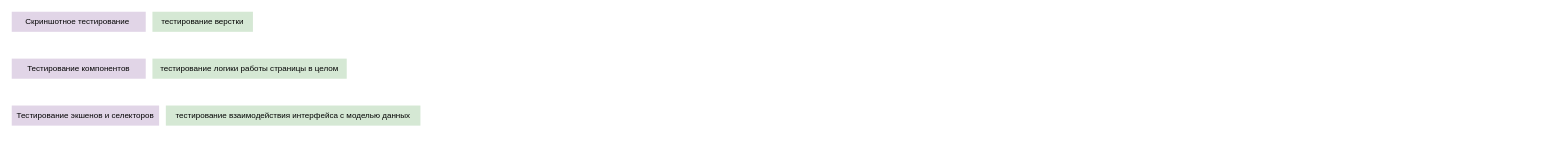
orlov-oleg-developer/asuter-UML keeps this draw.io diagram as FrontFlow.drawio. Above is the earlier version. Source tidied: cells renumbered, new cells numbered last; positions are measured from the earlier drawing's top-left corner, leaving out a move shared by most shapes. Both pictures are drawn from the tidied source at 67%, with x=0, y=0 at pixel (11, 11).
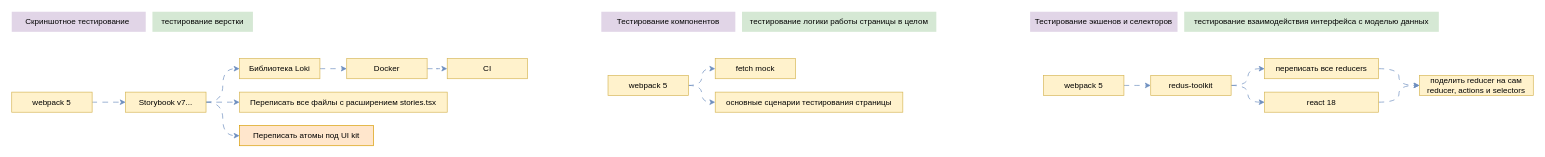
The same diagram, later.

The edit, as a diff of the source:
```diff
@@
     <mxCell id="3" value="тестирование логики работы страницы в целом" style="text;html=1;strokeColor=none;fillColor=#d5e8d4;align=center;verticalAlign=middle;whiteSpace=wrap;rounded=0;" parent="1" vertex="1">
-      <mxGeometry x="210" y="70" width="290" height="30" as="geometry" />
+      <mxGeometry x="1090" width="290" height="30" as="geometry" />
     </mxCell>
     <mxCell id="4" value="тестирование взаимодействия интерфейса с моделью данных" style="text;html=1;strokeColor=none;fillColor=#d5e8d4;align=center;verticalAlign=middle;whiteSpace=wrap;rounded=0;" parent="1" vertex="1">
-      <mxGeometry x="230" y="140" width="380" height="30" as="geometry" />
+      <mxGeometry x="1750" width="380" height="30" as="geometry" />
     </mxCell>
@@
     <mxCell id="6" value="Тестирование компонентов" style="text;html=1;strokeColor=none;fillColor=#e1d5e7;align=center;verticalAlign=middle;whiteSpace=wrap;rounded=0;" parent="1" vertex="1">
-      <mxGeometry y="70" width="200" height="30" as="geometry" />
+      <mxGeometry x="880" width="200" height="30" as="geometry" />
     </mxCell>
     <mxCell id="7" value="Тестирование экшенов и селекторов" style="text;html=1;strokeColor=none;fillColor=#e1d5e7;align=center;verticalAlign=middle;whiteSpace=wrap;rounded=0;" parent="1" vertex="1">
-      <mxGeometry y="140" width="220" height="30" as="geometry" />
+      <mxGeometry x="1520" width="220" height="30" as="geometry" />
     </mxCell>
+    <mxCell id="8" style="edgeStyle=orthogonalEdgeStyle;shape=connector;curved=1;rounded=0;jettySize=auto;html=1;entryX=0;entryY=0.5;entryDx=0;entryDy=0;dashed=1;dashPattern=8 8;labelBackgroundColor=default;strokeColor=#6c8ebf;align=center;verticalAlign=middle;fontFamily=Helvetica;fontSize=11;fontColor=default;endArrow=classic;fillColor=#dae8fc;" parent="1" edge="1" source="9" target="17">
+      <mxGeometry relative="1" as="geometry" />
+    </mxCell>
+    <mxCell id="9" value="Библиотека Loki" style="text;html=1;strokeColor=#d6b656;fillColor=#fff2cc;align=center;verticalAlign=middle;whiteSpace=wrap;rounded=0;" parent="1" vertex="1">
+      <mxGeometry x="340" y="70" width="120" height="30" as="geometry" />
+    </mxCell>
+    <mxCell id="10" style="edgeStyle=orthogonalEdgeStyle;rounded=0;jettySize=auto;html=1;entryX=0;entryY=0.5;entryDx=0;entryDy=0;curved=1;dashed=1;dashPattern=8 8;fillColor=#dae8fc;strokeColor=#6c8ebf;" parent="1" edge="1" source="13" target="9">
+      <mxGeometry relative="1" as="geometry" />
+    </mxCell>
+    <mxCell id="11" style="edgeStyle=orthogonalEdgeStyle;shape=connector;curved=1;rounded=0;jettySize=auto;html=1;entryX=0;entryY=0.5;entryDx=0;entryDy=0;dashed=1;dashPattern=8 8;labelBackgroundColor=default;strokeColor=#6c8ebf;align=center;verticalAlign=middle;fontFamily=Helvetica;fontSize=11;fontColor=default;endArrow=classic;fillColor=#dae8fc;" parent="1" edge="1" source="13" target="19">
+      <mxGeometry relative="1" as="geometry" />
+    </mxCell>
+    <mxCell id="12" style="edgeStyle=orthogonalEdgeStyle;shape=connector;curved=1;rounded=0;jettySize=auto;html=1;entryX=0;entryY=0.5;entryDx=0;entryDy=0;dashed=1;dashPattern=8 8;labelBackgroundColor=default;strokeColor=#6c8ebf;align=center;verticalAlign=middle;fontFamily=Helvetica;fontSize=11;fontColor=default;endArrow=classic;fillColor=#dae8fc;" parent="1" edge="1" source="13" target="20">
+      <mxGeometry relative="1" as="geometry" />
+    </mxCell>
+    <mxCell id="13" value="Storybook&amp;nbsp;v7..." style="text;html=1;strokeColor=#d6b656;fillColor=#fff2cc;align=center;verticalAlign=middle;whiteSpace=wrap;rounded=0;" parent="1" vertex="1">
+      <mxGeometry x="170" y="120" width="120" height="30" as="geometry" />
+    </mxCell>
+    <mxCell id="14" style="edgeStyle=orthogonalEdgeStyle;shape=connector;curved=1;rounded=0;jettySize=auto;html=1;entryX=0;entryY=0.5;entryDx=0;entryDy=0;dashed=1;dashPattern=8 8;labelBackgroundColor=default;strokeColor=#6c8ebf;align=center;verticalAlign=middle;fontFamily=Helvetica;fontSize=11;fontColor=default;endArrow=classic;fillColor=#dae8fc;" parent="1" edge="1" source="15" target="13">
+      <mxGeometry relative="1" as="geometry" />
+    </mxCell>
+    <mxCell id="15" value="webpack 5" style="text;html=1;strokeColor=#d6b656;fillColor=#fff2cc;align=center;verticalAlign=middle;whiteSpace=wrap;rounded=0;" parent="1" vertex="1">
+      <mxGeometry y="120" width="120" height="30" as="geometry" />
+    </mxCell>
+    <mxCell id="16" style="edgeStyle=orthogonalEdgeStyle;shape=connector;curved=1;rounded=0;jettySize=auto;html=1;entryX=0;entryY=0.5;entryDx=0;entryDy=0;dashed=1;dashPattern=8 8;labelBackgroundColor=default;strokeColor=#6c8ebf;align=center;verticalAlign=middle;fontFamily=Helvetica;fontSize=11;fontColor=default;endArrow=classic;fillColor=#dae8fc;" parent="1" edge="1" source="17" target="18">
+      <mxGeometry relative="1" as="geometry" />
+    </mxCell>
+    <mxCell id="17" value="Docker" style="text;html=1;strokeColor=#d6b656;fillColor=#fff2cc;align=center;verticalAlign=middle;whiteSpace=wrap;rounded=0;" parent="1" vertex="1">
+      <mxGeometry x="500" y="70" width="120" height="30" as="geometry" />
+    </mxCell>
+    <mxCell id="18" value="CI" style="text;html=1;strokeColor=#d6b656;fillColor=#fff2cc;align=center;verticalAlign=middle;whiteSpace=wrap;rounded=0;" parent="1" vertex="1">
+      <mxGeometry x="650" y="70" width="120" height="30" as="geometry" />
+    </mxCell>
+    <mxCell id="19" value="Переписать все файлы с расширением&amp;nbsp;stories.tsx" style="text;html=1;strokeColor=#d6b656;fillColor=#fff2cc;align=center;verticalAlign=middle;whiteSpace=wrap;rounded=0;" parent="1" vertex="1">
+      <mxGeometry x="340" y="120" width="310" height="30" as="geometry" />
+    </mxCell>
+    <mxCell id="20" value="Переписать атомы под UI kit" style="text;html=1;strokeColor=#d79b00;fillColor=#ffe6cc;align=center;verticalAlign=middle;whiteSpace=wrap;rounded=0;" parent="1" vertex="1">
+      <mxGeometry x="340" y="170" width="200" height="30" as="geometry" />
+    </mxCell>
+    <mxCell id="21" value="fetch mock" style="text;html=1;strokeColor=#d6b656;fillColor=#fff2cc;align=center;verticalAlign=middle;whiteSpace=wrap;rounded=0;" parent="1" vertex="1">
+      <mxGeometry x="1050" y="70" width="120" height="30" as="geometry" />
+    </mxCell>
+    <mxCell id="22" style="edgeStyle=orthogonalEdgeStyle;shape=connector;curved=1;rounded=0;jettySize=auto;html=1;entryX=0;entryY=0.5;entryDx=0;entryDy=0;dashed=1;dashPattern=8 8;labelBackgroundColor=default;strokeColor=#6c8ebf;align=center;verticalAlign=middle;fontFamily=Helvetica;fontSize=11;fontColor=default;endArrow=classic;fillColor=#dae8fc;" parent="1" edge="1" source="24" target="21">
+      <mxGeometry relative="1" as="geometry" />
+    </mxCell>
+    <mxCell id="23" style="edgeStyle=orthogonalEdgeStyle;shape=connector;curved=1;rounded=0;jettySize=auto;html=1;entryX=0;entryY=0.5;entryDx=0;entryDy=0;dashed=1;dashPattern=8 8;labelBackgroundColor=default;strokeColor=#6c8ebf;align=center;verticalAlign=middle;fontFamily=Helvetica;fontSize=11;fontColor=default;endArrow=classic;fillColor=#dae8fc;" parent="1" edge="1" source="24" target="25">
+      <mxGeometry relative="1" as="geometry" />
+    </mxCell>
+    <mxCell id="24" value="webpack 5" style="text;html=1;strokeColor=#d6b656;fillColor=#fff2cc;align=center;verticalAlign=middle;whiteSpace=wrap;rounded=0;" parent="1" vertex="1">
+      <mxGeometry x="890" y="95" width="120" height="30" as="geometry" />
+    </mxCell>
+    <mxCell id="25" value="основные сценарии тестирования страницы" style="text;html=1;strokeColor=#d6b656;fillColor=#fff2cc;align=center;verticalAlign=middle;whiteSpace=wrap;rounded=0;" parent="1" vertex="1">
+      <mxGeometry x="1050" y="120" width="280" height="30" as="geometry" />
+    </mxCell>
+    <mxCell id="26" style="edgeStyle=orthogonalEdgeStyle;shape=connector;curved=1;rounded=0;jettySize=auto;html=1;entryX=0;entryY=0.5;entryDx=0;entryDy=0;dashed=1;dashPattern=8 8;labelBackgroundColor=default;strokeColor=#6c8ebf;align=center;verticalAlign=middle;fontFamily=Helvetica;fontSize=11;fontColor=default;endArrow=classic;fillColor=#dae8fc;" parent="1" edge="1" source="28" target="32">
+      <mxGeometry relative="1" as="geometry" />
+    </mxCell>
+    <mxCell id="27" style="edgeStyle=orthogonalEdgeStyle;shape=connector;curved=1;rounded=0;jettySize=auto;html=1;entryX=0;entryY=0.5;entryDx=0;entryDy=0;dashed=1;dashPattern=8 8;labelBackgroundColor=default;strokeColor=#6c8ebf;align=center;verticalAlign=middle;fontFamily=Helvetica;fontSize=11;fontColor=default;endArrow=classic;fillColor=#dae8fc;" parent="1" edge="1" source="28" target="34">
+      <mxGeometry relative="1" as="geometry" />
+    </mxCell>
+    <mxCell id="28" value="redus-toolkit" style="text;html=1;strokeColor=#d6b656;fillColor=#fff2cc;align=center;verticalAlign=middle;whiteSpace=wrap;rounded=0;" parent="1" vertex="1">
+      <mxGeometry x="1700" y="95" width="120" height="30" as="geometry" />
+    </mxCell>
+    <mxCell id="29" style="edgeStyle=orthogonalEdgeStyle;shape=connector;curved=1;rounded=0;jettySize=auto;html=1;entryX=0;entryY=0.5;entryDx=0;entryDy=0;dashed=1;dashPattern=8 8;labelBackgroundColor=default;strokeColor=#6c8ebf;align=center;verticalAlign=middle;fontFamily=Helvetica;fontSize=11;fontColor=default;endArrow=classic;fillColor=#dae8fc;" parent="1" edge="1" source="30" target="28">
+      <mxGeometry relative="1" as="geometry" />
+    </mxCell>
+    <mxCell id="30" value="webpack 5" style="text;html=1;strokeColor=#d6b656;fillColor=#fff2cc;align=center;verticalAlign=middle;whiteSpace=wrap;rounded=0;" parent="1" vertex="1">
+      <mxGeometry x="1540" y="95" width="120" height="30" as="geometry" />
+    </mxCell>
+    <mxCell id="31" style="edgeStyle=orthogonalEdgeStyle;shape=connector;curved=1;rounded=0;jettySize=auto;html=1;entryX=0;entryY=0.5;entryDx=0;entryDy=0;dashed=1;dashPattern=8 8;labelBackgroundColor=default;strokeColor=#6c8ebf;align=center;verticalAlign=middle;fontFamily=Helvetica;fontSize=11;fontColor=default;endArrow=classic;fillColor=#dae8fc;" parent="1" edge="1" source="32" target="35">
+      <mxGeometry relative="1" as="geometry" />
+    </mxCell>
+    <mxCell id="32" value="переписать все reducers" style="text;html=1;strokeColor=#d6b656;fillColor=#fff2cc;align=center;verticalAlign=middle;whiteSpace=wrap;rounded=0;" parent="1" vertex="1">
+      <mxGeometry x="1870" y="70" width="170" height="30" as="geometry" />
+    </mxCell>
+    <mxCell id="33" style="edgeStyle=orthogonalEdgeStyle;shape=connector;curved=1;rounded=0;jettySize=auto;html=1;entryX=0;entryY=0.5;entryDx=0;entryDy=0;dashed=1;dashPattern=8 8;labelBackgroundColor=default;strokeColor=#6c8ebf;align=center;verticalAlign=middle;fontFamily=Helvetica;fontSize=11;fontColor=default;endArrow=classic;fillColor=#dae8fc;" parent="1" edge="1" source="34" target="35">
+      <mxGeometry relative="1" as="geometry" />
+    </mxCell>
+    <mxCell id="34" value="react 18" style="text;html=1;strokeColor=#d6b656;fillColor=#fff2cc;align=center;verticalAlign=middle;whiteSpace=wrap;rounded=0;" parent="1" vertex="1">
+      <mxGeometry x="1870" y="120" width="170" height="30" as="geometry" />
+    </mxCell>
+    <mxCell id="35" value="поделить reducer на сам reducer, actions и selectors" style="text;html=1;strokeColor=#d6b656;fillColor=#fff2cc;align=center;verticalAlign=middle;whiteSpace=wrap;rounded=0;" parent="1" vertex="1">
+      <mxGeometry x="2101" y="95" width="170" height="30" as="geometry" />
+    </mxCell>
```
